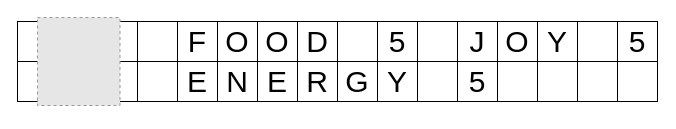
The draw.io diagram page "lcd" (2 of 5) of figs/LCD_diagramas.drawio in unal-edigital1-lab/entrega-1-proyecto-grupo01-2024-1, before the edit. Source tidied: cells renumbered, new cells numbered last; positions are measured from the earlier drawing's top-left corner, leaving out a move shared by most shapes. Both pictures are drawn from the tidied source at 100%, with x=0, y=0 at pixel (17, 17). Pictures stored in the file or linked from it are replaced by grey dashed boxes.
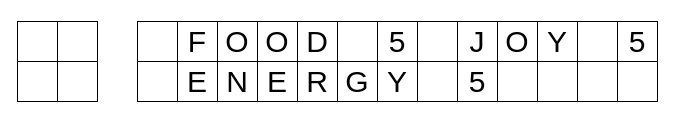
Above is the later version.

Unchanged cells that the change refers to:
```xml
<mxCell id="2" style="group;" parent="1" vertex="1">
  <mxGeometry y="4" width="640" height="90" as="geometry" />
</mxCell>
```

Change to the diagram source:
```diff
@@
-    <mxCell id="9" style="group;" parent="2" vertex="1">
-      <mxGeometry x="80" width="40" height="84" as="geometry" />
-    </mxCell>
-    <mxCell id="10" style="rounded=0;whiteSpace=wrap;html=1;" parent="9" vertex="1">
-      <mxGeometry width="40" height="80" as="geometry" />
-    </mxCell>
-    <mxCell id="11" style="endArrow=none;html=1;rounded=0;exitX=0;exitY=0.5;exitDx=0;exitDy=0;entryX=1;entryY=0.5;entryDx=0;entryDy=0;" parent="9" edge="1" source="10" target="10">
-      <mxGeometry relative="1" as="geometry" />
-    </mxCell>
-    <mxCell id="12" style="fillColor=#E6E6E6;strokeColor=#999999;dashed=1;verticalLabelPosition=bottom;labelBackgroundColor=default;verticalAlign=top;" parent="9" vertex="1">
-      <mxGeometry x="-60" y="-4" width="82.5" height="88" as="geometry" />
-    </mxCell>
```
